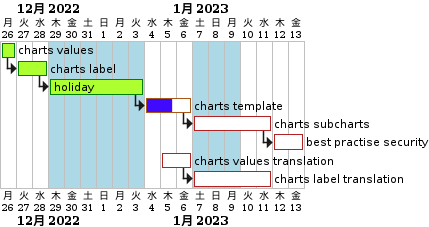
Above: png/gantt.png in jay-zhang0323/tasks (PlantUML), before the change.
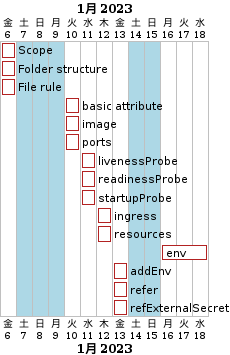
Later version of the same file.

The edit, as a diff of the source:
```diff
@@ -13,31 +13,56 @@
 }
 </style>
 
-2022/12/29 to 2023/01/03 are colored in lightblue
 2023/01/07 to 2023/01/09 are colored in lightblue
+2023/01/14 to 2023/01/15 are colored in lightblue
 
-Project start 2022-12-26
-[charts values] as [task01] lasts 1 days
-[charts label] as [task02] lasts 2 days
-[holiday] as [task03] lasts 6 days
-[charts template] as [task04] lasts 3 days
-[charts subcharts] as [task05] lasts 5 days
-[best practise security] as [task06] lasts 2 days
-[task02] starts at [task01]'s end
-[task03] starts at [task02]'s end
-[task04] starts at [task03]'s end
-[task05] starts at [task04]'s end
-[task06] starts at [task05]'s end
+Project start 2023-01-06
+[Scope] as [task01] lasts 1 days
+[Folder structure] as [task02] lasts 1 days
+[File rule] as [task03] lasts 1 days
+[basic attribute] as [task04] lasts 1 days
+[image] as [task05] lasts 1 days
+[ports] as [task06] lasts 1 days
+[livenessProbe] as [task07] lasts 1 days
+[readinessProbe] as [task08] lasts 1 days
+[startupProbe] as [task09] lasts 1 days
+[ingress] as [task10] lasts 1 days
+[resources] as [task11] lasts 1 days
+[env] as [task12] lasts 3 days
+[addEnv] as [task13] lasts 1 days
+[refer] as [task14] lasts 1 days
+[refExternalSecret] as [task15] lasts 1 days
 
-[task01] is 100% complete
-[task04] is 60% complete
+[task01] starts at 2023-01-06
+[task02] starts at 2023-01-06
+[task03] starts at 2023-01-06
+[task04] starts at 2023-01-10
+[task05] starts at 2023-01-10
+[task06] starts at 2023-01-10
+[task07] starts at 2023-01-11
+[task08] starts at 2023-01-11
+[task09] starts at 2023-01-11
+[task10] starts at 2023-01-12
+[task11] starts at 2023-01-12
+[task12] starts at 2023-01-16
+[task13] starts at 2023-01-13
+[task14] starts at 2023-01-13
+[task15] starts at 2023-01-13
+
+[task01] is 0% complete
+[task02] is 0% complete
+[task03] is 0% complete
+[task04] is 0% complete
 [task05] is 0% complete
 [task06] is 0% complete
-
-[charts values translation] as [task11] lasts 2 days
-[charts label translation] as [task12] lasts 5 days
+[task07] is 0% complete
+[task08] is 0% complete
+[task09] is 0% complete
+[task10] is 0% complete
 [task11] is 0% complete
 [task12] is 0% complete
-[task11] starts 2023-01-05
-[task12] starts at [task11]'s end
+[task13] is 0% complete
+[task14] is 0% complete
+[task15] is 0% complete
+
 @endgantt
```
